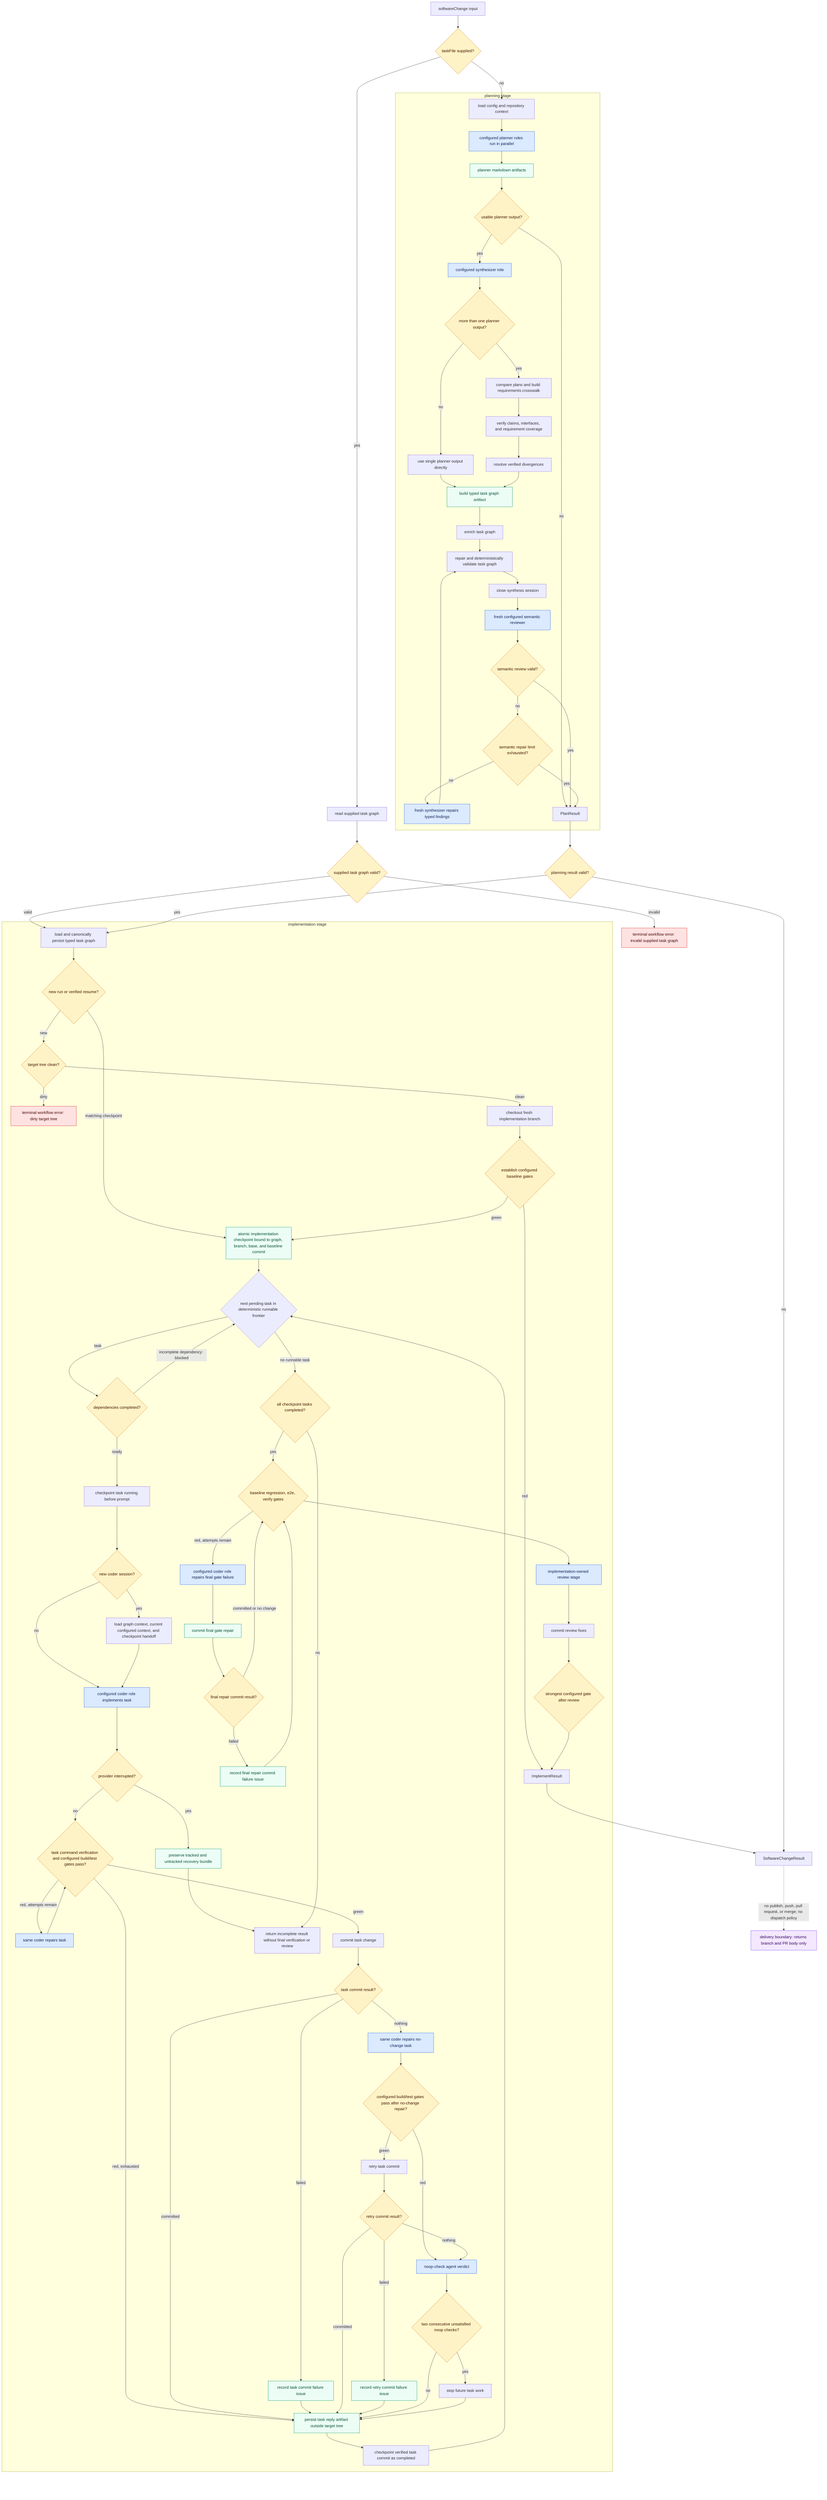
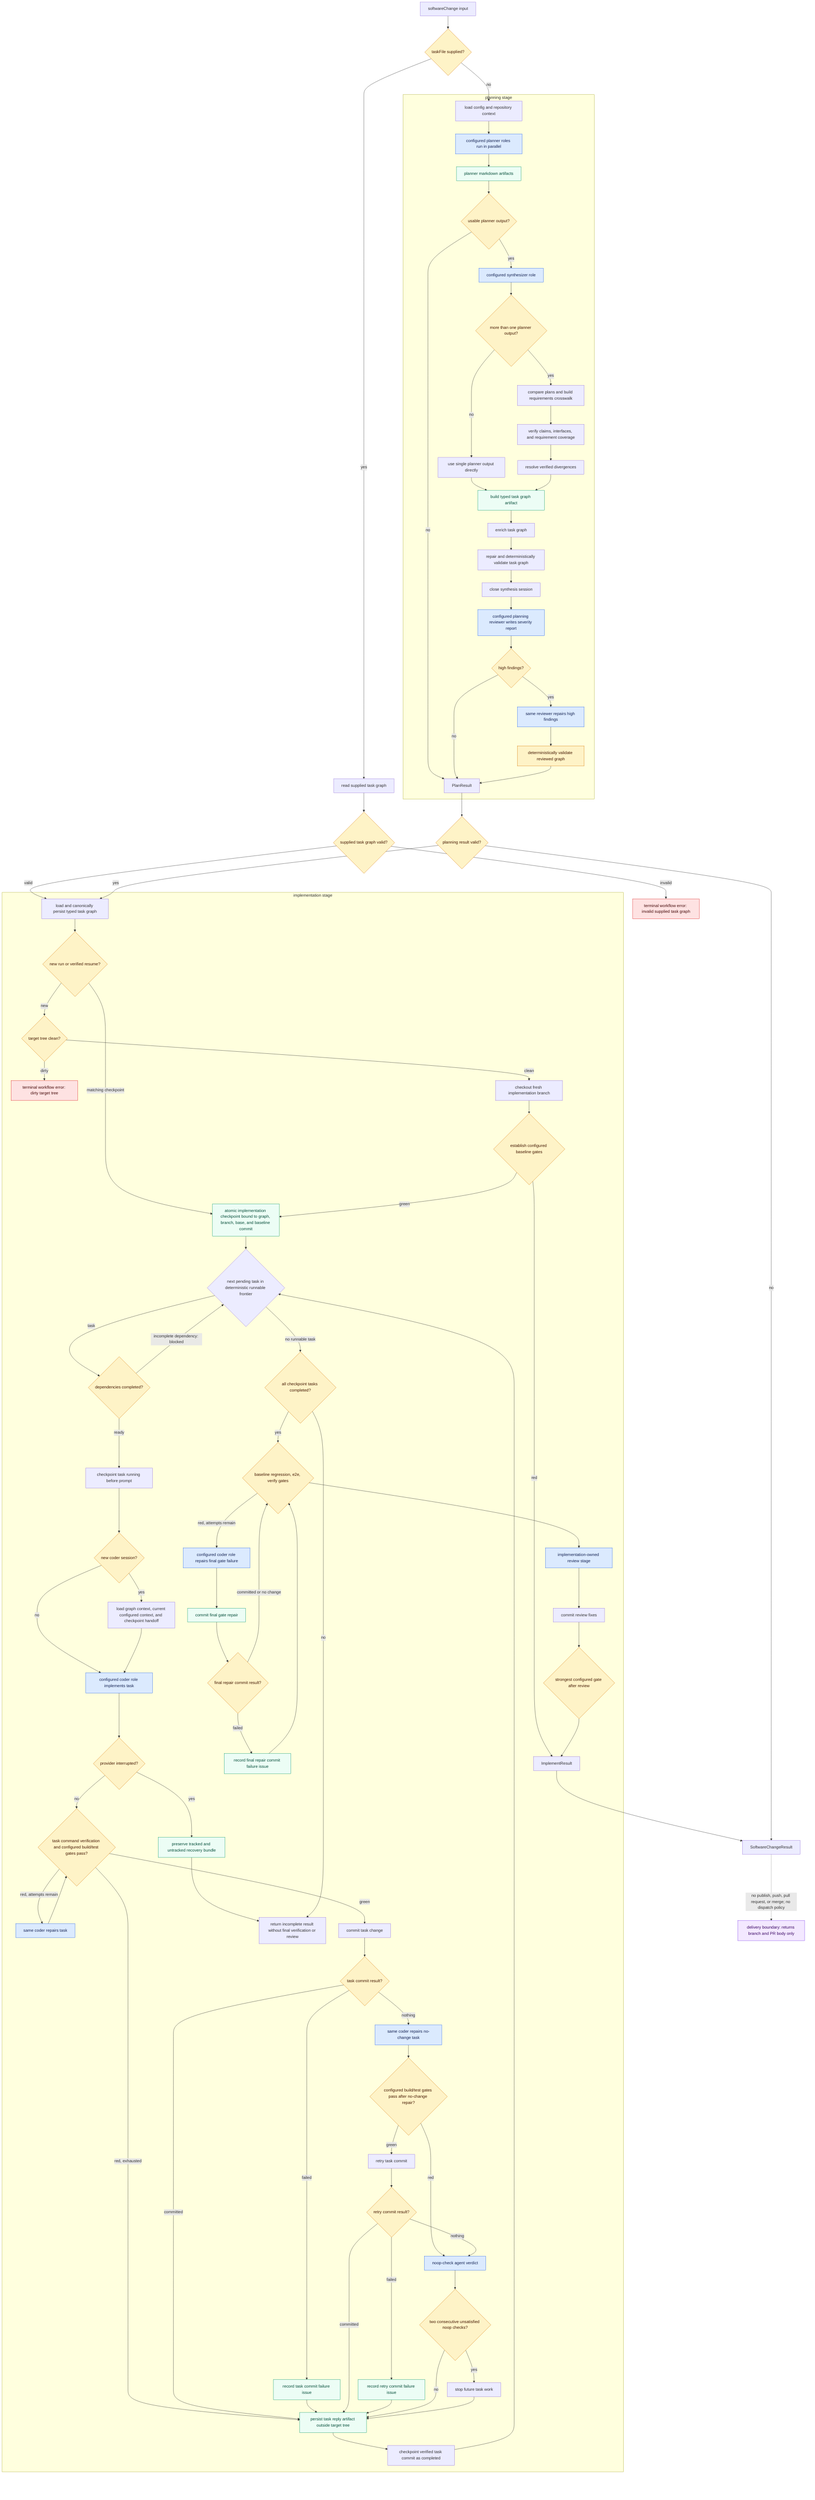
flowchart TD
  Input["softwareChange input"]
  TaskFile{"taskFile supplied?"}
  ExistingGraph["read supplied task graph"]
  SuppliedGraphValid{"supplied task graph valid?"}
  SuppliedGraphFailure["terminal workflow error: invalid supplied task graph"]
  Result["SoftwareChangeResult"]
  Delivery["delivery boundary: returns branch and PR body only"]

  Input --> TaskFile
  TaskFile -->|yes| ExistingGraph
  TaskFile -->|no| PlanConfig
  ExistingGraph --> SuppliedGraphValid
  SuppliedGraphValid -->|valid| LoadGraph
  SuppliedGraphValid -->|invalid| SuppliedGraphFailure

  subgraph Planning["planning stage"]
    PlanConfig["load config and repository context"]
    Planners["configured planner roles run in parallel"]
    PlannerArtifacts["planner markdown artifacts"]
    AnyPlan{"usable planner output?"}
    Synthesizer["configured synthesizer role"]
    MultiplePlans{"more than one planner output?"}
    SinglePlan["use single planner output directly"]
    Compare["compare plans and build requirements crosswalk"]
    VerifyClaims["verify claims, interfaces, and requirement coverage"]
    Resolve["resolve verified divergences"]
    BuildGraph["build typed task graph artifact"]
    Enrich["enrich task graph"]
    RepairGraph["repair and deterministically validate task graph"]
    CloseSynthesis["close synthesis session"]
-     PlanningReview["fresh configured semantic reviewer"]
-     ReviewValid{"semantic review valid?"}
-     ReviewRepair["fresh synthesizer repairs typed findings"]
-     ReviewLimit{"semantic repair limit exhausted?"}
+     PlanningReview["configured planning reviewer writes severity report"]
+     HighFindings{"high findings?"}
+     ReviewRepair["same reviewer repairs high findings"]
+     ValidateReviewRepair["deterministically validate reviewed graph"]
    PlanResult["PlanResult"]

    PlanConfig --> Planners
    Planners --> PlannerArtifacts
    PlannerArtifacts --> AnyPlan
    AnyPlan -->|no| PlanResult
    AnyPlan -->|yes| Synthesizer
    Synthesizer --> MultiplePlans
    MultiplePlans -->|no| SinglePlan
    MultiplePlans -->|yes| Compare
    SinglePlan --> BuildGraph
    Compare --> VerifyClaims
    VerifyClaims --> Resolve
    Resolve --> BuildGraph
    BuildGraph --> Enrich
    Enrich --> RepairGraph
    RepairGraph --> CloseSynthesis
    CloseSynthesis --> PlanningReview
-     PlanningReview --> ReviewValid
-     ReviewValid -->|yes| PlanResult
-     ReviewValid -->|no| ReviewLimit
-     ReviewLimit -->|no| ReviewRepair
-     ReviewRepair --> RepairGraph
-     ReviewLimit -->|yes| PlanResult
+     PlanningReview --> HighFindings
+     HighFindings -->|no| PlanResult
+     HighFindings -->|yes| ReviewRepair
+     ReviewRepair --> ValidateReviewRepair
+     ValidateReviewRepair --> PlanResult
  end

  PlanResult --> PlanValid{"planning result valid?"}
  PlanValid -->|no| Result
  PlanValid -->|yes| LoadGraph

  subgraph Implementation["implementation stage"]
    LoadGraph["load and canonically persist typed task graph"]
    ImplementationCheckpoint["atomic implementation checkpoint bound to graph, branch, base, and baseline commit"]
    ResumeGate{"new run or verified resume?"}
    CleanGate{"target tree clean?"}
    CleanFailure["terminal workflow error: dirty target tree"]
    Branch["checkout fresh implementation branch"]
    BaselineGate{"establish configured baseline gates"}
    TaskLoop{"next pending task in deterministic runnable frontier"}
    DependencyGate{"dependencies completed?"}
    Running["checkpoint task running before prompt"]
    NewCoder{"new coder session?"}
    SessionContext["load graph context, current configured context, and checkpoint handoff"]
    ProviderInterruption{"provider interrupted?"}
    RecoveryBundle["preserve tracked and untracked recovery bundle"]
    Coder["configured coder role implements task"]
    TaskGate{"task command verification and configured build/test gates pass?"}
    TaskRepair["same coder repairs task"]
    CommitTask["commit task change"]
    CommitResult{"task commit result?"}
    TaskCommitIssue["record task commit failure issue"]
    NoChangeRepair["same coder repairs no-change task"]
    NoChangeGate{"configured build/test gates pass after no-change repair?"}
    RetryCommit["retry task commit"]
    RetryCommitResult{"retry commit result?"}
    RetryCommitIssue["record retry commit failure issue"]
    NoopVerdict["noop-check agent verdict"]
    ConsecutiveNoop{"two consecutive unsatisfied noop checks?"}
    StopWork["stop future task work"]
    ReplyArtifact["persist task reply artifact outside target tree"]
    Completed["checkpoint verified task commit as completed"]
    AllCompleted{"all checkpoint tasks completed?"}
    IncompleteResult["return incomplete result without final verification or review"]
    FinalGates{"baseline regression, e2e, verify gates"}
    FinalRepair["configured coder role repairs final gate failure"]
    ReviewStage["implementation-owned review stage"]
    ReviewCommit["commit review fixes"]
    StrongestGate{"strongest configured gate after review"}
    FinalRepairCommit["commit final gate repair"]
    FinalRepairCommitResult{"final repair commit result?"}
    FinalRepairCommitIssue["record final repair commit failure issue"]
    ImplementResult["ImplementResult"]

    LoadGraph --> ResumeGate
    ResumeGate -->|new| CleanGate
    ResumeGate -->|matching checkpoint| ImplementationCheckpoint
    CleanGate -->|clean| Branch
    CleanGate -->|dirty| CleanFailure
    Branch --> BaselineGate
    BaselineGate -->|red| ImplementResult
    BaselineGate -->|green| ImplementationCheckpoint
    ImplementationCheckpoint --> TaskLoop
    TaskLoop -->|task| DependencyGate
    DependencyGate -->|incomplete dependency: blocked| TaskLoop
    DependencyGate -->|ready| Running
    Running --> NewCoder
    NewCoder -->|yes| SessionContext
    NewCoder -->|no| Coder
    SessionContext --> Coder
    Coder --> ProviderInterruption
    ProviderInterruption -->|yes| RecoveryBundle
    RecoveryBundle --> IncompleteResult
    ProviderInterruption -->|no| TaskGate
    TaskGate -->|red, attempts remain| TaskRepair
    TaskRepair --> TaskGate
    TaskGate -->|red, exhausted| ReplyArtifact
    TaskGate -->|green| CommitTask
    CommitTask --> CommitResult
    CommitResult -->|committed| ReplyArtifact
    CommitResult -->|failed| TaskCommitIssue
    TaskCommitIssue --> ReplyArtifact
    CommitResult -->|nothing| NoChangeRepair
    NoChangeRepair --> NoChangeGate
    NoChangeGate -->|green| RetryCommit
    NoChangeGate -->|red| NoopVerdict
    RetryCommit --> RetryCommitResult
    RetryCommitResult -->|committed| ReplyArtifact
    RetryCommitResult -->|failed| RetryCommitIssue
    RetryCommitIssue --> ReplyArtifact
    RetryCommitResult -->|nothing| NoopVerdict
    NoopVerdict --> ConsecutiveNoop
    ConsecutiveNoop -->|no| ReplyArtifact
    ConsecutiveNoop -->|yes| StopWork
    StopWork --> ReplyArtifact
    ReplyArtifact --> Completed
    Completed --> TaskLoop
    TaskLoop -->|no runnable task| AllCompleted
    AllCompleted -->|no| IncompleteResult
    AllCompleted -->|yes| FinalGates
    FinalGates -->|red, attempts remain| FinalRepair
    FinalRepair --> FinalRepairCommit
    FinalRepairCommit --> FinalRepairCommitResult
    FinalRepairCommitResult -->|committed or no change| FinalGates
    FinalRepairCommitResult -->|failed| FinalRepairCommitIssue
    FinalRepairCommitIssue --> FinalGates
    FinalGates --> ReviewStage
    ReviewStage --> ReviewCommit
    ReviewCommit --> StrongestGate
    StrongestGate --> ImplementResult
  end

  ImplementResult --> Result
  Result -. "no publish, push, pull request, or merge; no dispatch policy" .-> Delivery

  classDef agent fill:#dbeafe,stroke:#2563eb,color:#172554;
  classDef gate fill:#fef3c7,stroke:#d97706,color:#451a03;
  classDef artifact fill:#ecfdf5,stroke:#059669,color:#064e3b;
  classDef boundary fill:#f3e8ff,stroke:#7c3aed,color:#3b0764;
  classDef failure fill:#fee2e2,stroke:#dc2626,color:#450a0a;
  class Planners,Synthesizer,PlanningReview,ReviewRepair,Coder,TaskRepair,NoChangeRepair,NoopVerdict,FinalRepair,ReviewStage agent;
-   class TaskFile,SuppliedGraphValid,AnyPlan,MultiplePlans,ReviewValid,ReviewLimit,PlanValid,ResumeGate,CleanGate,BaselineGate,DependencyGate,NewCoder,ProviderInterruption,TaskGate,CommitResult,NoChangeGate,RetryCommitResult,ConsecutiveNoop,AllCompleted,FinalGates,FinalRepairCommitResult,StrongestGate gate;
+   class TaskFile,SuppliedGraphValid,AnyPlan,MultiplePlans,HighFindings,ValidateReviewRepair,PlanValid,ResumeGate,CleanGate,BaselineGate,DependencyGate,NewCoder,ProviderInterruption,TaskGate,CommitResult,NoChangeGate,RetryCommitResult,ConsecutiveNoop,AllCompleted,FinalGates,FinalRepairCommitResult,StrongestGate gate;
  class PlannerArtifacts,BuildGraph,ImplementationCheckpoint,RecoveryBundle,ReplyArtifact,TaskCommitIssue,RetryCommitIssue,FinalRepairCommit,FinalRepairCommitIssue artifact;
  class Delivery boundary;
  class SuppliedGraphFailure,CleanFailure failure;
